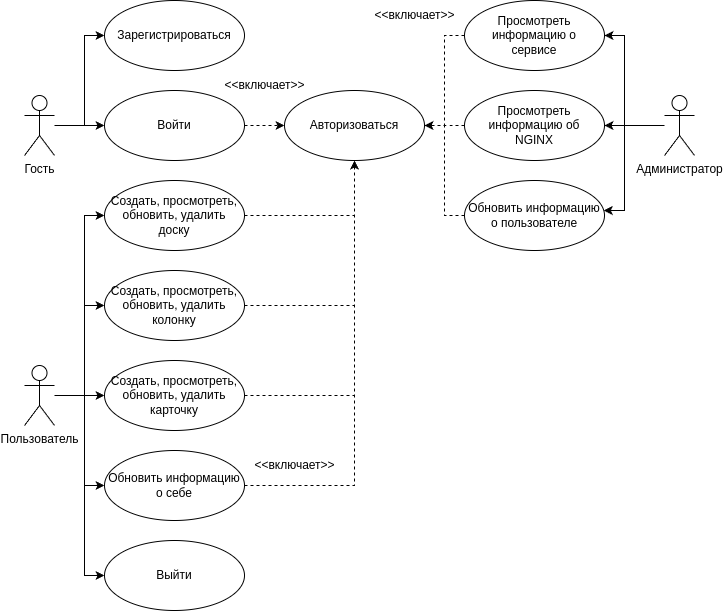
runebone/testing-s7-bmstu keeps this draw.io diagram as diag/use-case.drawio.png. Above is the earlier version. Source tidied: cells renumbered, new cells last; positions are measured from the earlier drawing's top-left corner, leaving out a move shared by most shapes. The source it was exported from:
```xml
<mxGraphModel>
  <root>
    <mxCell id="0" />
    <mxCell id="1" parent="0" />
    <mxCell id="2" style="edgeStyle=orthogonalEdgeStyle;rounded=0;jettySize=auto;html=1;" parent="1" edge="1" source="4" target="14">
      <mxGeometry relative="1" as="geometry">
        <Array as="points">
          <mxPoint x="60" y="125" />
          <mxPoint x="60" y="35" />
        </Array>
      </mxGeometry>
    </mxCell>
    <mxCell id="3" style="edgeStyle=orthogonalEdgeStyle;rounded=0;jettySize=auto;html=1;" parent="1" edge="1" source="4" target="12">
      <mxGeometry relative="1" as="geometry" />
    </mxCell>
    <mxCell id="4" value="Гость" style="shape=umlActor;verticalLabelPosition=bottom;verticalAlign=top;html=1;" parent="1" vertex="1">
      <mxGeometry y="95" width="30" height="60" as="geometry" />
    </mxCell>
    <mxCell id="5" style="edgeStyle=orthogonalEdgeStyle;rounded=0;jettySize=auto;html=1;" parent="1" edge="1" source="7" target="24">
      <mxGeometry relative="1" as="geometry">
        <Array as="points">
          <mxPoint x="600" y="125" />
          <mxPoint x="600" y="35" />
        </Array>
      </mxGeometry>
    </mxCell>
    <mxCell id="6" style="edgeStyle=orthogonalEdgeStyle;rounded=0;jettySize=auto;html=1;" parent="1" edge="1" source="7" target="33">
      <mxGeometry relative="1" as="geometry">
        <Array as="points">
          <mxPoint x="600" y="125" />
          <mxPoint x="600" y="210" />
        </Array>
      </mxGeometry>
    </mxCell>
    <mxCell id="7" value="Администратор" style="shape=umlActor;verticalLabelPosition=bottom;verticalAlign=top;html=1;" parent="1" vertex="1">
      <mxGeometry x="640" y="95" width="30" height="60" as="geometry" />
    </mxCell>
    <mxCell id="8" style="edgeStyle=orthogonalEdgeStyle;rounded=0;jettySize=auto;html=1;" parent="1" edge="1" source="10" target="16">
      <mxGeometry relative="1" as="geometry">
        <Array as="points">
          <mxPoint x="60" y="395" />
          <mxPoint x="60" y="215" />
        </Array>
      </mxGeometry>
    </mxCell>
    <mxCell id="9" style="edgeStyle=orthogonalEdgeStyle;rounded=0;jettySize=auto;html=1;" parent="1" edge="1" source="10" target="28">
      <mxGeometry relative="1" as="geometry">
        <Array as="points">
          <mxPoint x="60" y="395" />
          <mxPoint x="60" y="575" />
        </Array>
      </mxGeometry>
    </mxCell>
    <mxCell id="10" value="Пользователь" style="shape=umlActor;verticalLabelPosition=bottom;verticalAlign=top;html=1;" parent="1" vertex="1">
      <mxGeometry y="365" width="30" height="60" as="geometry" />
    </mxCell>
    <mxCell id="11" style="edgeStyle=orthogonalEdgeStyle;rounded=0;jettySize=auto;html=1;dashed=1;" parent="1" edge="1" source="12" target="13">
      <mxGeometry relative="1" as="geometry" />
    </mxCell>
    <mxCell id="12" value="Войти" style="ellipse;whiteSpace=wrap;html=1;" parent="1" vertex="1">
      <mxGeometry x="80" y="90" width="140" height="70" as="geometry" />
    </mxCell>
    <mxCell id="13" value="Авторизоваться" style="ellipse;whiteSpace=wrap;html=1;" parent="1" vertex="1">
      <mxGeometry x="260" y="90" width="140" height="70" as="geometry" />
    </mxCell>
    <mxCell id="14" value="Зарегистрироваться" style="ellipse;whiteSpace=wrap;html=1;" parent="1" vertex="1">
      <mxGeometry x="80" width="140" height="70" as="geometry" />
    </mxCell>
    <mxCell id="15" style="edgeStyle=orthogonalEdgeStyle;rounded=0;jettySize=auto;html=1;endArrow=none;endFill=0;dashed=1;" parent="1" edge="1" source="16">
      <mxGeometry relative="1" as="geometry">
        <mxPoint x="330" y="215" as="targetPoint" />
      </mxGeometry>
    </mxCell>
    <mxCell id="16" value="Создать, просмотреть, обновить, удалить&lt;div&gt;доску&lt;/div&gt;" style="ellipse;whiteSpace=wrap;html=1;" parent="1" vertex="1">
      <mxGeometry x="80" y="180" width="140" height="70" as="geometry" />
    </mxCell>
    <mxCell id="17" style="edgeStyle=orthogonalEdgeStyle;rounded=0;jettySize=auto;html=1;endArrow=none;endFill=0;startArrow=classic;startFill=1;" parent="1" edge="1" source="19">
      <mxGeometry relative="1" as="geometry">
        <mxPoint x="60" y="305" as="targetPoint" />
      </mxGeometry>
    </mxCell>
    <mxCell id="18" style="edgeStyle=orthogonalEdgeStyle;rounded=0;jettySize=auto;html=1;endArrow=none;endFill=0;dashed=1;" parent="1" edge="1" source="19">
      <mxGeometry relative="1" as="geometry">
        <mxPoint x="330" y="305" as="targetPoint" />
      </mxGeometry>
    </mxCell>
    <mxCell id="19" value="Создать, просмотреть, обновить, удалить&lt;div&gt;колонку&lt;/div&gt;" style="ellipse;whiteSpace=wrap;html=1;" parent="1" vertex="1">
      <mxGeometry x="80" y="270" width="140" height="70" as="geometry" />
    </mxCell>
    <mxCell id="20" style="edgeStyle=orthogonalEdgeStyle;rounded=0;jettySize=auto;html=1;endArrow=none;endFill=0;startArrow=classic;startFill=1;" parent="1" edge="1" source="22">
      <mxGeometry relative="1" as="geometry">
        <mxPoint x="60" y="395" as="targetPoint" />
      </mxGeometry>
    </mxCell>
    <mxCell id="21" style="edgeStyle=orthogonalEdgeStyle;rounded=0;jettySize=auto;html=1;endArrow=none;endFill=0;dashed=1;" parent="1" edge="1" source="22">
      <mxGeometry relative="1" as="geometry">
        <mxPoint x="330" y="395" as="targetPoint" />
      </mxGeometry>
    </mxCell>
    <mxCell id="22" value="Создать, просмотреть, обновить, удалить&lt;div&gt;карточку&lt;/div&gt;" style="ellipse;whiteSpace=wrap;html=1;" parent="1" vertex="1">
      <mxGeometry x="80" y="360" width="140" height="70" as="geometry" />
    </mxCell>
    <mxCell id="23" style="edgeStyle=orthogonalEdgeStyle;rounded=0;jettySize=auto;html=1;dashed=1;" parent="1" edge="1" source="24" target="13">
      <mxGeometry relative="1" as="geometry">
        <Array as="points">
          <mxPoint x="420" y="35" />
          <mxPoint x="420" y="125" />
        </Array>
      </mxGeometry>
    </mxCell>
    <mxCell id="24" value="Просмотреть информацию о&lt;div&gt;сервисе&lt;/div&gt;" style="ellipse;whiteSpace=wrap;html=1;" parent="1" vertex="1">
      <mxGeometry x="440" width="140" height="70" as="geometry" />
    </mxCell>
    <mxCell id="25" style="edgeStyle=orthogonalEdgeStyle;rounded=0;jettySize=auto;html=1;endArrow=none;endFill=0;startArrow=classic;startFill=1;" parent="1" edge="1" source="27">
      <mxGeometry relative="1" as="geometry">
        <mxPoint x="60" y="485" as="targetPoint" />
      </mxGeometry>
    </mxCell>
    <mxCell id="26" style="edgeStyle=orthogonalEdgeStyle;rounded=0;jettySize=auto;html=1;dashed=1;" parent="1" edge="1" source="27" target="13">
      <mxGeometry relative="1" as="geometry" />
    </mxCell>
    <mxCell id="27" value="Обновить информацию о себе" style="ellipse;whiteSpace=wrap;html=1;" parent="1" vertex="1">
      <mxGeometry x="80" y="450" width="140" height="70" as="geometry" />
    </mxCell>
    <mxCell id="28" value="Выйти" style="ellipse;whiteSpace=wrap;html=1;" parent="1" vertex="1">
      <mxGeometry x="80" y="540" width="140" height="70" as="geometry" />
    </mxCell>
    <mxCell id="29" style="edgeStyle=orthogonalEdgeStyle;rounded=0;jettySize=auto;html=1;endArrow=none;endFill=0;startArrow=classic;startFill=1;" parent="1" edge="1" source="31">
      <mxGeometry relative="1" as="geometry">
        <mxPoint x="600" y="125" as="targetPoint" />
      </mxGeometry>
    </mxCell>
    <mxCell id="30" style="edgeStyle=orthogonalEdgeStyle;rounded=0;jettySize=auto;html=1;endArrow=none;endFill=0;dashed=1;" parent="1" edge="1" source="31">
      <mxGeometry relative="1" as="geometry">
        <mxPoint x="420" y="125" as="targetPoint" />
      </mxGeometry>
    </mxCell>
    <mxCell id="31" value="Просмотреть информацию об&lt;div&gt;NGINX&lt;/div&gt;" style="ellipse;whiteSpace=wrap;html=1;" parent="1" vertex="1">
      <mxGeometry x="440" y="90" width="140" height="70" as="geometry" />
    </mxCell>
    <mxCell id="32" style="edgeStyle=orthogonalEdgeStyle;rounded=0;jettySize=auto;html=1;dashed=1;" parent="1" edge="1" source="33" target="13">
      <mxGeometry relative="1" as="geometry">
        <Array as="points">
          <mxPoint x="420" y="215" />
          <mxPoint x="420" y="125" />
        </Array>
      </mxGeometry>
    </mxCell>
    <mxCell id="33" value="Обновить информацию о пользователе" style="ellipse;whiteSpace=wrap;html=1;" parent="1" vertex="1">
      <mxGeometry x="440" y="180" width="140" height="70" as="geometry" />
    </mxCell>
    <mxCell id="34" value="&amp;lt;&amp;lt;включает&amp;gt;&amp;gt;" style="text;html=1;align=center;verticalAlign=middle;strokeColor=none;fillColor=none;" parent="1" vertex="1">
      <mxGeometry x="220" y="450" width="100" height="30" as="geometry" />
    </mxCell>
    <mxCell id="35" value="&amp;lt;&amp;lt;включает&amp;gt;&amp;gt;" style="text;html=1;align=center;verticalAlign=middle;strokeColor=none;fillColor=none;" parent="1" vertex="1">
      <mxGeometry x="190" y="70" width="100" height="30" as="geometry" />
    </mxCell>
    <mxCell id="36" value="&amp;lt;&amp;lt;включает&amp;gt;&amp;gt;" style="text;html=1;align=center;verticalAlign=middle;strokeColor=none;fillColor=none;" parent="1" vertex="1">
      <mxGeometry x="340" width="100" height="30" as="geometry" />
    </mxCell>
  </root>
</mxGraphModel>
```
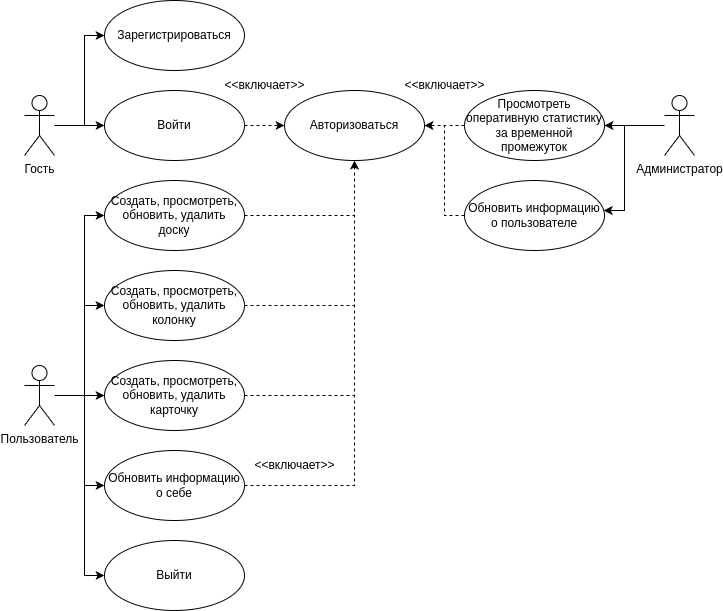
After the change.

Commit message:
lab1: update use-case (add complex UC), readme

Diff of the diagram source:
```diff
@@ -16,14 +16,6 @@
     <mxCell id="4" value="Гость" style="shape=umlActor;verticalLabelPosition=bottom;verticalAlign=top;html=1;" parent="1" vertex="1">
       <mxGeometry y="95" width="30" height="60" as="geometry" />
     </mxCell>
-    <mxCell id="5" style="edgeStyle=orthogonalEdgeStyle;rounded=0;jettySize=auto;html=1;" parent="1" edge="1" source="7" target="24">
-      <mxGeometry relative="1" as="geometry">
-        <Array as="points">
-          <mxPoint x="600" y="125" />
-          <mxPoint x="600" y="35" />
-        </Array>
-      </mxGeometry>
-    </mxCell>
     <mxCell id="6" style="edgeStyle=orthogonalEdgeStyle;rounded=0;jettySize=auto;html=1;" parent="1" edge="1" source="7" target="33">
       <mxGeometry relative="1" as="geometry">
         <Array as="points">
@@ -100,17 +92,6 @@
     <mxCell id="22" value="Создать, просмотреть, обновить, удалить&lt;div&gt;карточку&lt;/div&gt;" style="ellipse;whiteSpace=wrap;html=1;" parent="1" vertex="1">
       <mxGeometry x="80" y="360" width="140" height="70" as="geometry" />
     </mxCell>
-    <mxCell id="23" style="edgeStyle=orthogonalEdgeStyle;rounded=0;jettySize=auto;html=1;dashed=1;" parent="1" edge="1" source="24" target="13">
-      <mxGeometry relative="1" as="geometry">
-        <Array as="points">
-          <mxPoint x="420" y="35" />
-          <mxPoint x="420" y="125" />
-        </Array>
-      </mxGeometry>
-    </mxCell>
-    <mxCell id="24" value="Просмотреть информацию о&lt;div&gt;сервисе&lt;/div&gt;" style="ellipse;whiteSpace=wrap;html=1;" parent="1" vertex="1">
-      <mxGeometry x="440" width="140" height="70" as="geometry" />
-    </mxCell>
     <mxCell id="25" style="edgeStyle=orthogonalEdgeStyle;rounded=0;jettySize=auto;html=1;endArrow=none;endFill=0;startArrow=classic;startFill=1;" parent="1" edge="1" source="27">
       <mxGeometry relative="1" as="geometry">
         <mxPoint x="60" y="485" as="targetPoint" />
@@ -135,7 +116,7 @@
         <mxPoint x="420" y="125" as="targetPoint" />
       </mxGeometry>
     </mxCell>
-    <mxCell id="31" value="Просмотреть информацию об&lt;div&gt;NGINX&lt;/div&gt;" style="ellipse;whiteSpace=wrap;html=1;" parent="1" vertex="1">
+    <mxCell id="31" value="Просмотреть оперативную статистику за временной промежуток" style="ellipse;whiteSpace=wrap;html=1;" parent="1" vertex="1">
       <mxGeometry x="440" y="90" width="140" height="70" as="geometry" />
     </mxCell>
     <mxCell id="32" style="edgeStyle=orthogonalEdgeStyle;rounded=0;jettySize=auto;html=1;dashed=1;" parent="1" edge="1" source="33" target="13">
@@ -156,7 +137,7 @@
       <mxGeometry x="190" y="70" width="100" height="30" as="geometry" />
     </mxCell>
     <mxCell id="36" value="&amp;lt;&amp;lt;включает&amp;gt;&amp;gt;" style="text;html=1;align=center;verticalAlign=middle;strokeColor=none;fillColor=none;" parent="1" vertex="1">
-      <mxGeometry x="340" width="100" height="30" as="geometry" />
+      <mxGeometry x="370" y="70" width="100" height="30" as="geometry" />
     </mxCell>
   </root>
 </mxGraphModel>
```
